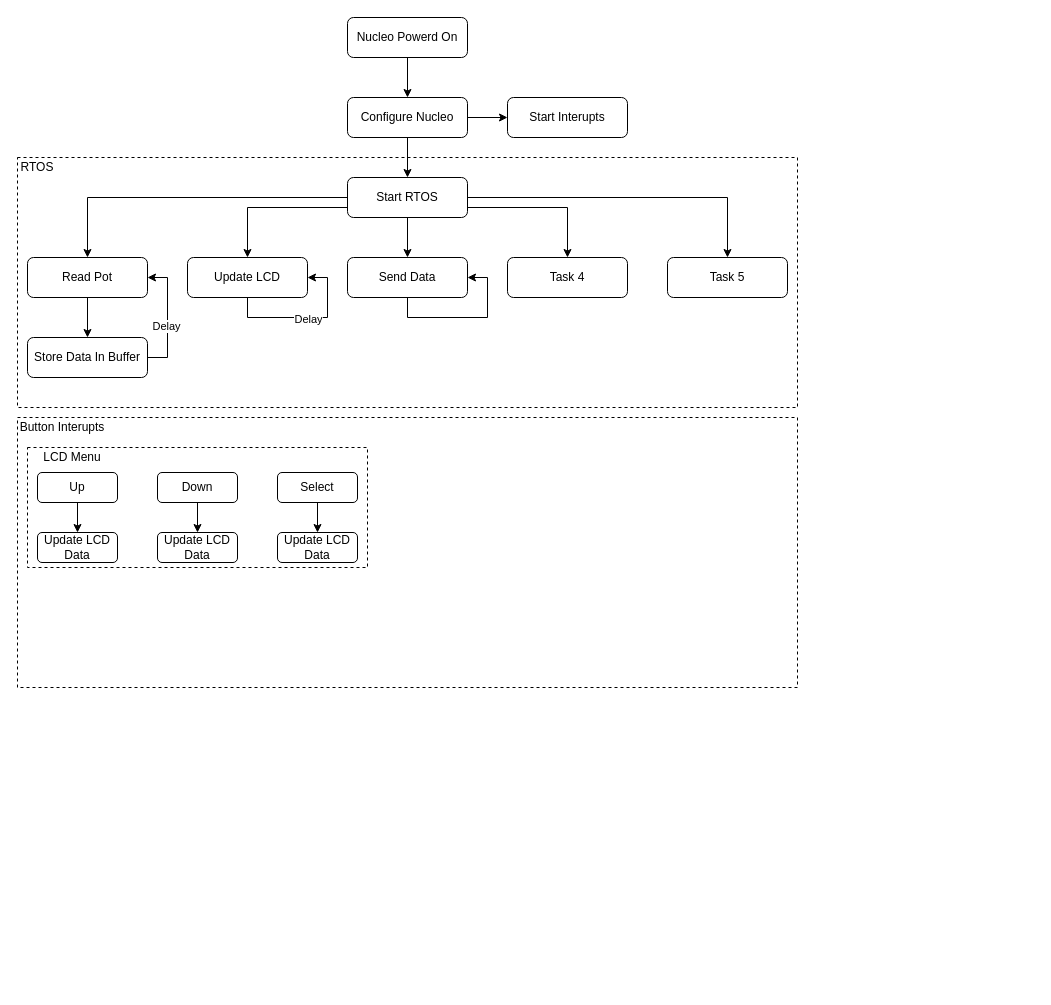
Before: Block diagrams/TestBenchFlowChart.drawio in Mojitas/MUST-Autonics, a draw.io diagram. Source tidied: cells renumbered, new cells numbered last; positions are measured from the earlier drawing's top-left corner, leaving out a move shared by most shapes. Both pictures are drawn from the tidied source at 100%, with x=0, y=0 at pixel (17, 17).
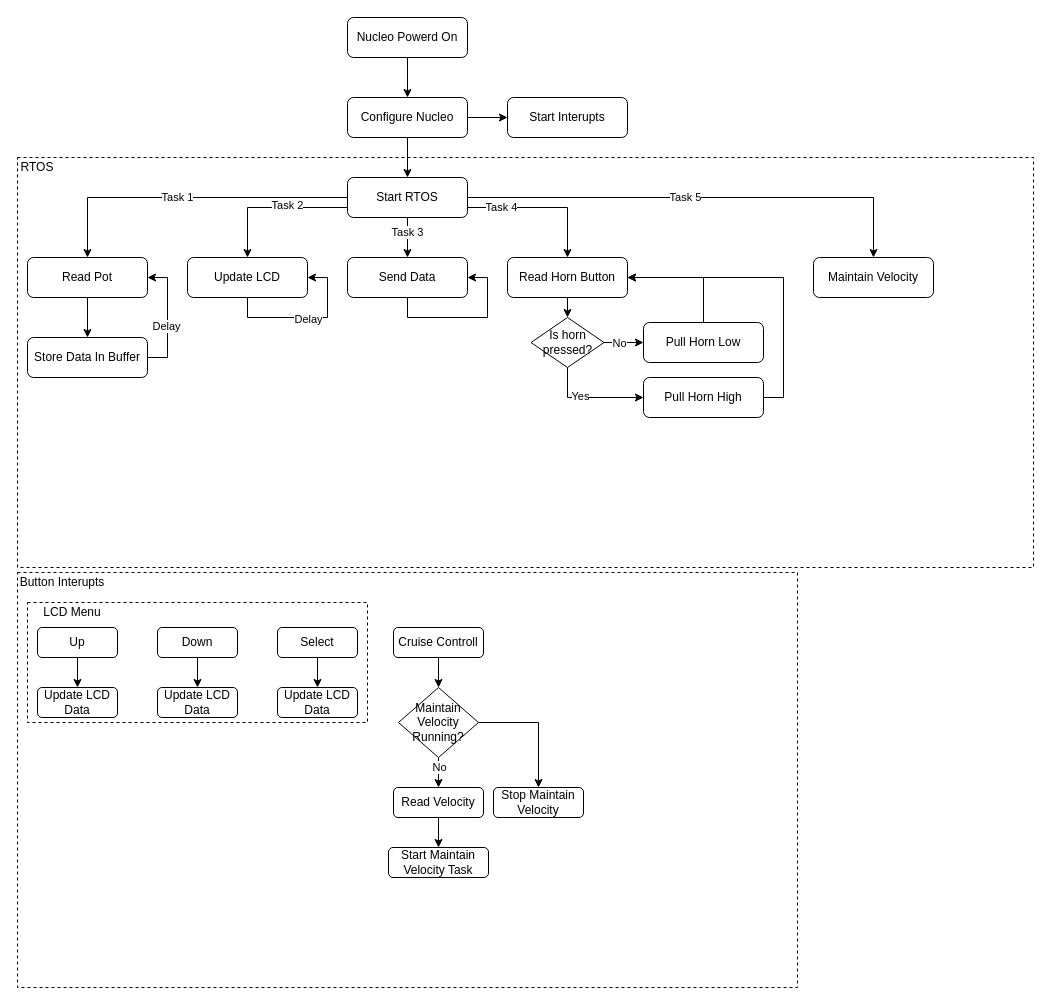
The same page after the edit.

Unchanged cells that the change refers to:
```xml
<mxCell id="7" style="edgeStyle=orthogonalEdgeStyle;rounded=0;jettySize=auto;html=1;exitX=0;exitY=0.5;exitDx=0;exitDy=0;entryX=0.5;entryY=0;entryDx=0;entryDy=0;" parent="1" edge="1" source="12" target="14">
  <mxGeometry relative="1" as="geometry" />
</mxCell>
<mxCell id="8" style="edgeStyle=orthogonalEdgeStyle;rounded=0;jettySize=auto;html=1;exitX=0;exitY=0.75;exitDx=0;exitDy=0;entryX=0.5;entryY=0;entryDx=0;entryDy=0;" parent="1" edge="1" source="12" target="15">
  <mxGeometry relative="1" as="geometry" />
</mxCell>
<mxCell id="9" style="edgeStyle=orthogonalEdgeStyle;rounded=0;jettySize=auto;html=1;exitX=0.5;exitY=1;exitDx=0;exitDy=0;entryX=0.5;entryY=0;entryDx=0;entryDy=0;" parent="1" edge="1" source="12" target="16">
  <mxGeometry relative="1" as="geometry" />
</mxCell>
<mxCell id="10" style="edgeStyle=orthogonalEdgeStyle;rounded=0;jettySize=auto;html=1;exitX=1;exitY=0.5;exitDx=0;exitDy=0;entryX=0.5;entryY=0;entryDx=0;entryDy=0;" parent="1" edge="1" source="12" target="18">
  <mxGeometry relative="1" as="geometry" />
</mxCell>
<mxCell id="11" style="edgeStyle=orthogonalEdgeStyle;rounded=0;jettySize=auto;html=1;exitX=1;exitY=0.75;exitDx=0;exitDy=0;" parent="1" edge="1" source="12" target="17">
  <mxGeometry relative="1" as="geometry" />
</mxCell>
```

What changed in the source:
```diff
@@
+    <mxCell id="41" value="Task 1" style="edgeLabel;html=1;align=center;verticalAlign=middle;" parent="7" vertex="1">
+      <mxGeometry x="0.07" y="-1" relative="1" as="geometry" />
+    </mxCell>
@@
+    <mxCell id="42" value="Task 2" style="edgeLabel;html=1;align=center;verticalAlign=middle;" parent="8" vertex="1">
+      <mxGeometry x="-0.19" y="-3" relative="1" as="geometry" />
+    </mxCell>
@@
+    <mxCell id="43" value="Task 3" style="edgeLabel;html=1;align=center;verticalAlign=middle;" parent="9" vertex="1">
+      <mxGeometry x="-0.29" y="-1" relative="1" as="geometry" />
+    </mxCell>
@@
+    <mxCell id="44" value="Task 5" style="edgeLabel;html=1;align=center;verticalAlign=middle;" parent="10" vertex="1">
+      <mxGeometry x="-0.07" y="1" relative="1" as="geometry" />
+    </mxCell>
@@
+    <mxCell id="45" value="Task 4" style="edgeLabel;html=1;align=center;verticalAlign=middle;" parent="11" vertex="1">
+      <mxGeometry x="-0.56" y="1" relative="1" as="geometry" />
+    </mxCell>
@@
+    <mxCell id="46" style="edgeStyle=orthogonalEdgeStyle;rounded=0;jettySize=auto;html=1;exitX=0.5;exitY=1;exitDx=0;exitDy=0;entryX=0.5;entryY=0;entryDx=0;entryDy=0;" parent="1" edge="1" source="17" target="51">
+      <mxGeometry relative="1" as="geometry" />
+    </mxCell>
-    <mxCell id="17" value="Task 4" style="rounded=1;whiteSpace=wrap;html=1;fontSize=12;glass=0;strokeWidth=1;shadow=0;" parent="1" vertex="1">
+    <mxCell id="17" value="Read Horn Button" style="rounded=1;whiteSpace=wrap;html=1;fontSize=12;glass=0;strokeWidth=1;shadow=0;" parent="1" vertex="1">
       <mxGeometry x="490" y="240" width="120" height="40" as="geometry" />
     </mxCell>
-    <mxCell id="18" value="Task 5" style="rounded=1;whiteSpace=wrap;html=1;fontSize=12;glass=0;strokeWidth=1;shadow=0;" parent="1" vertex="1">
-      <mxGeometry x="650" y="240" width="120" height="40" as="geometry" />
+    <mxCell id="18" value="Maintain Velocity" style="rounded=1;whiteSpace=wrap;html=1;fontSize=12;glass=0;strokeWidth=1;shadow=0;" parent="1" vertex="1">
+      <mxGeometry x="796" y="240" width="120" height="40" as="geometry" />
     </mxCell>
@@
     <mxCell id="26" style="rounded=0;whiteSpace=wrap;html=1;fillColor=none;dashed=1;" parent="1" vertex="1">
-      <mxGeometry y="140" width="780" height="250" as="geometry" />
+      <mxGeometry y="140" width="1016" height="410" as="geometry" />
     </mxCell>
@@
     <mxCell id="28" style="rounded=0;whiteSpace=wrap;html=1;fillColor=none;dashed=1;" parent="1" vertex="1">
-      <mxGeometry y="400" width="780" height="270" as="geometry" />
+      <mxGeometry y="555" width="780" height="415" as="geometry" />
     </mxCell>
@@
     <mxCell id="30" value="Up" style="rounded=1;whiteSpace=wrap;html=1;fontSize=12;glass=0;strokeWidth=1;shadow=0;" parent="1" vertex="1">
-      <mxGeometry x="20" y="455" width="80" height="30" as="geometry" />
+      <mxGeometry x="20" y="610" width="80" height="30" as="geometry" />
     </mxCell>
     <mxCell id="31" value="Button Interupts" style="text;html=1;strokeColor=none;fillColor=none;align=center;verticalAlign=middle;whiteSpace=wrap;rounded=0;dashed=1;" parent="1" vertex="1">
-      <mxGeometry y="400" width="90" height="20" as="geometry" />
+      <mxGeometry y="555" width="90" height="20" as="geometry" />
     </mxCell>
@@
     <mxCell id="33" value="Down" style="rounded=1;whiteSpace=wrap;html=1;fontSize=12;glass=0;strokeWidth=1;shadow=0;" parent="1" vertex="1">
-      <mxGeometry x="140" y="455" width="80" height="30" as="geometry" />
+      <mxGeometry x="140" y="610" width="80" height="30" as="geometry" />
     </mxCell>
@@
     <mxCell id="35" value="Select" style="rounded=1;whiteSpace=wrap;html=1;fontSize=12;glass=0;strokeWidth=1;shadow=0;" parent="1" vertex="1">
-      <mxGeometry x="260" y="455" width="80" height="30" as="geometry" />
+      <mxGeometry x="260" y="610" width="80" height="30" as="geometry" />
     </mxCell>
     <mxCell id="36" value="Update LCD Data" style="rounded=1;whiteSpace=wrap;html=1;fontSize=12;glass=0;strokeWidth=1;shadow=0;" parent="1" vertex="1">
-      <mxGeometry x="20" y="515" width="80" height="30" as="geometry" />
+      <mxGeometry x="20" y="670" width="80" height="30" as="geometry" />
     </mxCell>
     <mxCell id="37" value="Update LCD Data" style="rounded=1;whiteSpace=wrap;html=1;fontSize=12;glass=0;strokeWidth=1;shadow=0;" parent="1" vertex="1">
-      <mxGeometry x="140" y="515" width="80" height="30" as="geometry" />
+      <mxGeometry x="140" y="670" width="80" height="30" as="geometry" />
     </mxCell>
     <mxCell id="38" value="Update LCD Data" style="rounded=1;whiteSpace=wrap;html=1;fontSize=12;glass=0;strokeWidth=1;shadow=0;" parent="1" vertex="1">
-      <mxGeometry x="260" y="515" width="80" height="30" as="geometry" />
+      <mxGeometry x="260" y="670" width="80" height="30" as="geometry" />
     </mxCell>
     <mxCell id="39" style="rounded=0;whiteSpace=wrap;html=1;fillColor=none;dashed=1;" parent="1" vertex="1">
-      <mxGeometry x="10" y="430" width="340" height="120" as="geometry" />
+      <mxGeometry x="10" y="585" width="340" height="120" as="geometry" />
     </mxCell>
     <mxCell id="40" value="LCD Menu" style="text;html=1;strokeColor=none;fillColor=none;align=center;verticalAlign=middle;whiteSpace=wrap;rounded=0;dashed=1;" parent="1" vertex="1">
-      <mxGeometry x="10" y="430" width="90" height="20" as="geometry" />
+      <mxGeometry x="10" y="585" width="90" height="20" as="geometry" />
     </mxCell>
+    <mxCell id="47" style="edgeStyle=orthogonalEdgeStyle;rounded=0;jettySize=auto;html=1;exitX=1;exitY=0.5;exitDx=0;exitDy=0;entryX=0;entryY=0.5;entryDx=0;entryDy=0;" parent="1" edge="1" source="51" target="53">
+      <mxGeometry relative="1" as="geometry" />
+    </mxCell>
+    <mxCell id="48" value="No" style="edgeLabel;html=1;align=center;verticalAlign=middle;" parent="47" vertex="1">
+      <mxGeometry x="-0.25" relative="1" as="geometry" />
+    </mxCell>
+    <mxCell id="49" style="edgeStyle=orthogonalEdgeStyle;rounded=0;jettySize=auto;html=1;exitX=0.5;exitY=1;exitDx=0;exitDy=0;entryX=0;entryY=0.5;entryDx=0;entryDy=0;" parent="1" edge="1" source="51" target="55">
+      <mxGeometry relative="1" as="geometry" />
+    </mxCell>
+    <mxCell id="50" value="Yes" style="edgeLabel;html=1;align=center;verticalAlign=middle;" parent="49" vertex="1">
+      <mxGeometry x="-0.2" y="2" relative="1" as="geometry" />
+    </mxCell>
+    <mxCell id="51" value="Is horn pressed?" style="rhombus;whiteSpace=wrap;html=1;" parent="1" vertex="1">
+      <mxGeometry x="513.5" y="300" width="73" height="50" as="geometry" />
+    </mxCell>
+    <mxCell id="52" style="edgeStyle=orthogonalEdgeStyle;rounded=0;jettySize=auto;html=1;exitX=0.5;exitY=0;exitDx=0;exitDy=0;entryX=1;entryY=0.5;entryDx=0;entryDy=0;" parent="1" edge="1" source="53" target="17">
+      <mxGeometry relative="1" as="geometry" />
+    </mxCell>
+    <mxCell id="53" value="Pull Horn Low" style="rounded=1;whiteSpace=wrap;html=1;fontSize=12;glass=0;strokeWidth=1;shadow=0;" parent="1" vertex="1">
+      <mxGeometry x="626" y="305" width="120" height="40" as="geometry" />
+    </mxCell>
+    <mxCell id="54" style="edgeStyle=orthogonalEdgeStyle;rounded=0;jettySize=auto;html=1;exitX=1;exitY=0.5;exitDx=0;exitDy=0;entryX=1;entryY=0.5;entryDx=0;entryDy=0;" parent="1" edge="1" source="55" target="17">
+      <mxGeometry relative="1" as="geometry" />
+    </mxCell>
+    <mxCell id="55" value="Pull Horn High" style="rounded=1;whiteSpace=wrap;html=1;fontSize=12;glass=0;strokeWidth=1;shadow=0;" parent="1" vertex="1">
+      <mxGeometry x="626" y="360" width="120" height="40" as="geometry" />
+    </mxCell>
+    <mxCell id="56" style="edgeStyle=orthogonalEdgeStyle;rounded=0;jettySize=auto;html=1;exitX=0.5;exitY=1;exitDx=0;exitDy=0;entryX=0.5;entryY=0;entryDx=0;entryDy=0;" parent="1" edge="1" source="57" target="64">
+      <mxGeometry relative="1" as="geometry" />
+    </mxCell>
+    <mxCell id="57" value="Cruise Controll" style="rounded=1;whiteSpace=wrap;html=1;fontSize=12;glass=0;strokeWidth=1;shadow=0;" parent="1" vertex="1">
+      <mxGeometry x="376" y="610" width="90" height="30" as="geometry" />
+    </mxCell>
+    <mxCell id="58" style="edgeStyle=orthogonalEdgeStyle;rounded=0;jettySize=auto;html=1;exitX=0.5;exitY=1;exitDx=0;exitDy=0;entryX=0.5;entryY=0;entryDx=0;entryDy=0;" parent="1" edge="1" source="59" target="60">
+      <mxGeometry relative="1" as="geometry" />
+    </mxCell>
+    <mxCell id="59" value="Read Velocity" style="rounded=1;whiteSpace=wrap;html=1;fontSize=12;glass=0;strokeWidth=1;shadow=0;" parent="1" vertex="1">
+      <mxGeometry x="376" y="770" width="90" height="30" as="geometry" />
+    </mxCell>
+    <mxCell id="60" value="Start Maintain Velocity Task" style="rounded=1;whiteSpace=wrap;html=1;fontSize=12;glass=0;strokeWidth=1;shadow=0;" parent="1" vertex="1">
+      <mxGeometry x="371" y="830" width="100" height="30" as="geometry" />
+    </mxCell>
+    <mxCell id="61" style="edgeStyle=orthogonalEdgeStyle;rounded=0;jettySize=auto;html=1;exitX=0.5;exitY=1;exitDx=0;exitDy=0;entryX=0.5;entryY=0;entryDx=0;entryDy=0;" parent="1" edge="1" source="64" target="59">
+      <mxGeometry relative="1" as="geometry" />
+    </mxCell>
+    <mxCell id="62" value="No" style="edgeLabel;html=1;align=center;verticalAlign=middle;" parent="61" vertex="1">
+      <mxGeometry x="-0.37" relative="1" as="geometry" />
+    </mxCell>
+    <mxCell id="63" style="edgeStyle=orthogonalEdgeStyle;rounded=0;jettySize=auto;html=1;exitX=1;exitY=0.5;exitDx=0;exitDy=0;entryX=0.5;entryY=0;entryDx=0;entryDy=0;" parent="1" edge="1" source="64" target="65">
+      <mxGeometry relative="1" as="geometry" />
+    </mxCell>
+    <mxCell id="64" value="Maintain Velocity Running?" style="rhombus;whiteSpace=wrap;html=1;" parent="1" vertex="1">
+      <mxGeometry x="381" y="670" width="80" height="70" as="geometry" />
+    </mxCell>
+    <mxCell id="65" value="Stop Maintain Velocity" style="rounded=1;whiteSpace=wrap;html=1;fontSize=12;glass=0;strokeWidth=1;shadow=0;" parent="1" vertex="1">
+      <mxGeometry x="476" y="770" width="90" height="30" as="geometry" />
+    </mxCell>
```
